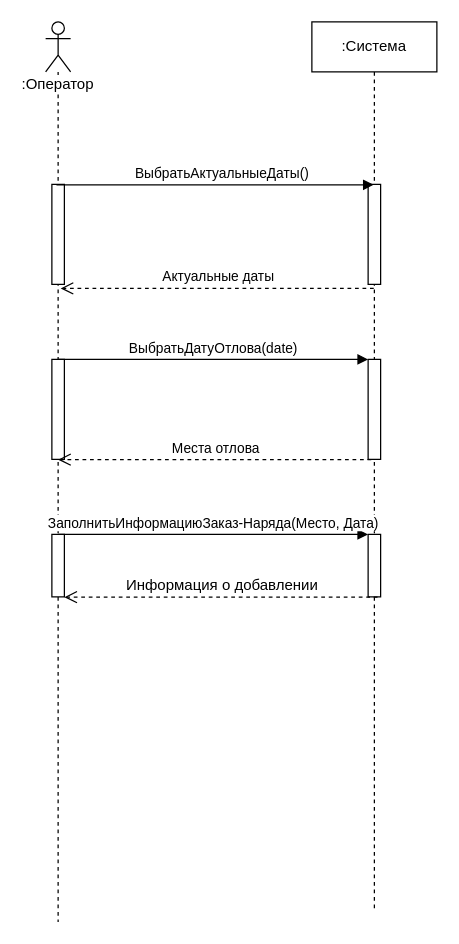
The draw.io diagram Lab3/Бугаков/1Прецедент.drawio in denissfloww/Information-systems-design, before the edit. Source tidied: cells renumbered, new cells numbered last; positions are measured from the earlier drawing's top-left corner, leaving out a move shared by most shapes. Both pictures are drawn from the tidied source at 125%, with x=0, y=0 at pixel (45, 21).
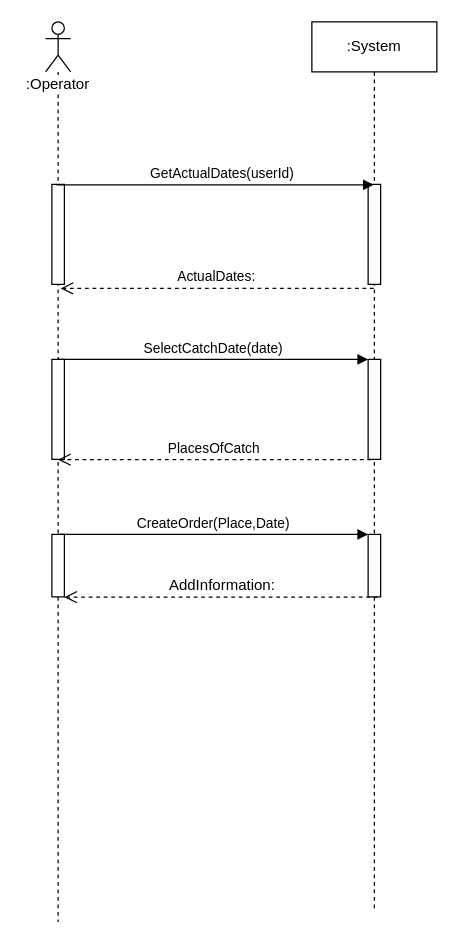
The same diagram, later.

Unchanged cells that the change refers to:
```xml
<mxCell id="7" style="html=1;points=[];perimeter=orthogonalPerimeter;" parent="6" vertex="1">
  <mxGeometry x="5" y="130" width="10" height="80" as="geometry" />
</mxCell>
<mxCell id="15" style="html=1;verticalAlign=bottom;endArrow=open;dashed=1;endSize=8;entryX=0.703;entryY=1.04;entryDx=0;entryDy=0;entryPerimeter=0;" parent="1" edge="1">
  <mxGeometry relative="1" as="geometry">
    <mxPoint x="265.5" y="460.2" as="sourcePoint" />
    <mxPoint x="15" y="460.2" as="targetPoint" />
  </mxGeometry>
</mxCell>
```

What changed in the source:
```diff
@@
-    <mxCell id="2" value=":Система" style="shape=umlLifeline;perimeter=lifelinePerimeter;whiteSpace=wrap;html=1;outlineConnect=0;" parent="1" vertex="1">
+    <mxCell id="2" value=":System" style="shape=umlLifeline;perimeter=lifelinePerimeter;whiteSpace=wrap;html=1;outlineConnect=0;" parent="1" vertex="1">
       <mxGeometry x="213" width="100" height="710" as="geometry" />
     </mxCell>
@@
-    <mxCell id="6" value=":Оператор" style="shape=umlLifeline;participant=umlActor;perimeter=lifelinePerimeter;whiteSpace=wrap;html=1;verticalAlign=top;spacingTop=36;labelBackgroundColor=#ffffff;outlineConnect=0;" parent="1" vertex="1">
+    <mxCell id="6" value=":Operator" style="shape=umlLifeline;participant=umlActor;perimeter=lifelinePerimeter;whiteSpace=wrap;html=1;verticalAlign=top;spacingTop=36;labelBackgroundColor=#ffffff;outlineConnect=0;" parent="1" vertex="1">
       <mxGeometry width="20" height="720" as="geometry" />
     </mxCell>
@@
-    <mxCell id="10" value="ВыбратьАктуальныеДаты()" style="html=1;verticalAlign=bottom;endArrow=block;exitX=0.367;exitY=0.004;exitDx=0;exitDy=0;exitPerimeter=0;" parent="1" edge="1" source="7" target="2">
+    <mxCell id="10" value="GetActualDates(userId)" style="html=1;verticalAlign=bottom;endArrow=block;exitX=0.367;exitY=0.004;exitDx=0;exitDy=0;exitPerimeter=0;" parent="1" edge="1" source="7" target="2">
       <mxGeometry x="0.04" relative="1" as="geometry" />
     </mxCell>
-    <mxCell id="11" value="Актуальные даты" style="html=1;verticalAlign=bottom;endArrow=open;dashed=1;endSize=8;entryX=0.703;entryY=1.04;entryDx=0;entryDy=0;entryPerimeter=0;" parent="1" edge="1" source="2" target="7">
+    <mxCell id="11" value="ActualDates:&amp;nbsp;" style="html=1;verticalAlign=bottom;endArrow=open;dashed=1;endSize=8;entryX=0.703;entryY=1.04;entryDx=0;entryDy=0;entryPerimeter=0;" parent="1" edge="1" source="2" target="7">
       <mxGeometry relative="1" as="geometry" />
     </mxCell>
-    <mxCell id="12" value="ВыбратьДатуОтлова(date)" style="html=1;verticalAlign=bottom;endArrow=block;" parent="1" edge="1" source="6">
+    <mxCell id="12" value="SelectCatchDate(date)" style="html=1;verticalAlign=bottom;endArrow=block;" parent="1" edge="1" source="6">
       <mxGeometry relative="1" as="geometry">
         <mxPoint x="258" y="270" as="targetPoint" />
       </mxGeometry>
     </mxCell>
-    <mxCell id="13" value="Места отлова" style="html=1;verticalAlign=bottom;endArrow=open;dashed=1;endSize=8;entryX=0.703;entryY=1.04;entryDx=0;entryDy=0;entryPerimeter=0;" parent="1" edge="1">
+    <mxCell id="13" value="PlacesOfCatch&amp;nbsp;" style="html=1;verticalAlign=bottom;endArrow=open;dashed=1;endSize=8;entryX=0.703;entryY=1.04;entryDx=0;entryDy=0;entryPerimeter=0;" parent="1" edge="1">
       <mxGeometry relative="1" as="geometry">
         <mxPoint x="260.5" y="350.2" as="sourcePoint" />
         <mxPoint x="10" y="350.2" as="targetPoint" />
       </mxGeometry>
     </mxCell>
-    <mxCell id="14" value="ЗаполнитьИнформациюЗаказ-Наряда(Место, Дата)" style="html=1;verticalAlign=bottom;endArrow=block;entryX=0;entryY=0;exitX=0.497;exitY=0.001;exitDx=0;exitDy=0;exitPerimeter=0;" parent="1" edge="1">
+    <mxCell id="14" value="CreateOrder(Place,Date)" style="html=1;verticalAlign=bottom;endArrow=block;entryX=0;entryY=0;exitX=0.497;exitY=0.001;exitDx=0;exitDy=0;exitPerimeter=0;" parent="1" edge="1">
       <mxGeometry relative="1" as="geometry">
         <mxPoint x="10" y="410" as="sourcePoint" />
         <mxPoint x="258" y="410" as="targetPoint" />
       </mxGeometry>
     </mxCell>
@@
-    <mxCell id="16" value="Информация о добавлении" style="text;html=1;align=center;verticalAlign=middle;labelBackgroundColor=#ffffff;" parent="15" vertex="1">
+    <mxCell id="16" value="AddInformation:" style="text;html=1;align=center;verticalAlign=middle;labelBackgroundColor=#ffffff;" parent="15" vertex="1">
       <mxGeometry x="-0.12" y="1" relative="1" as="geometry">
         <mxPoint x="-15.5" y="-11" as="offset" />
       </mxGeometry>
     </mxCell>
```
